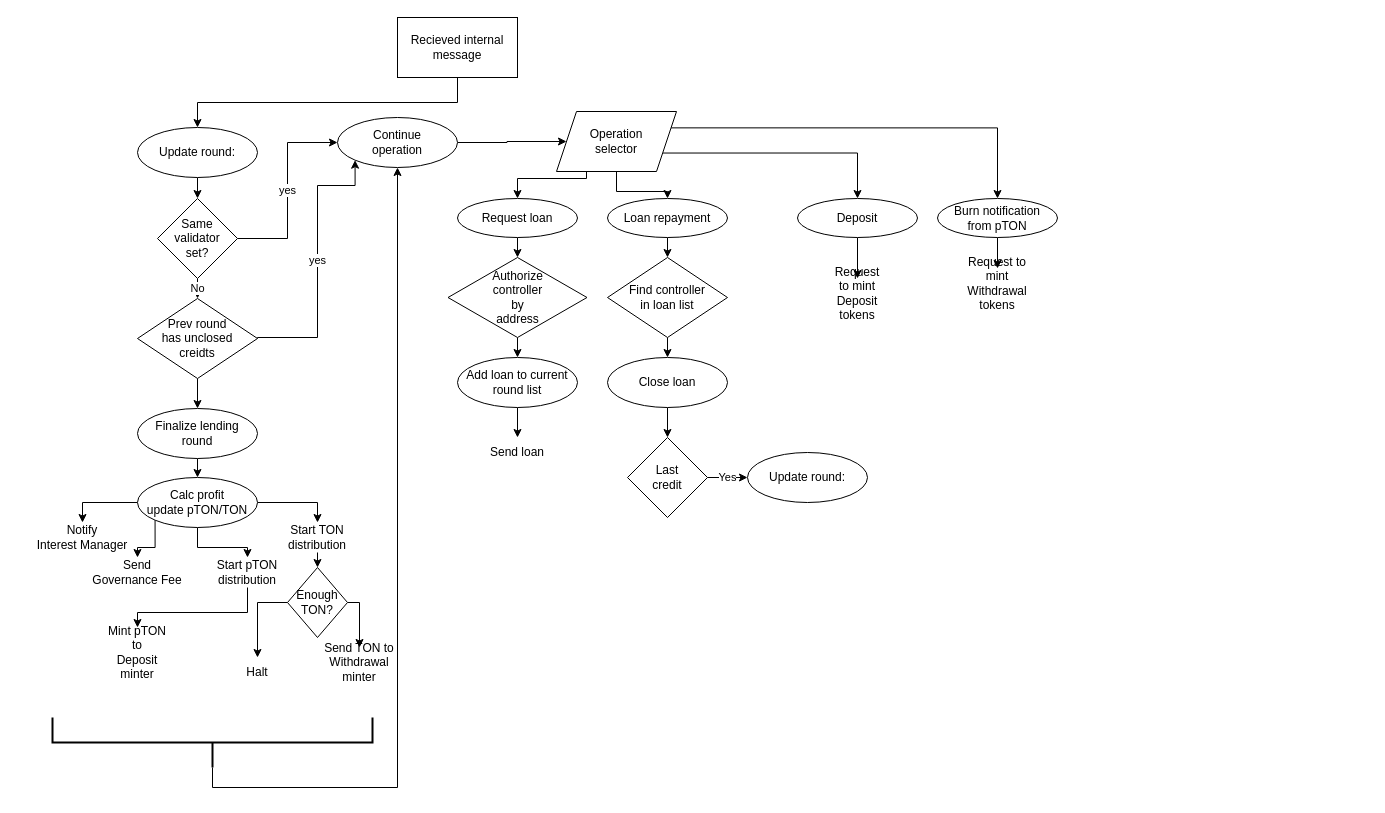
Above: docs/images/pool-scheme.drawio in ton-blockchain/liquid-staking-contract (draw.io), before the change. Source tidied: cells renumbered, new cells numbered last; positions are measured from the earlier drawing's top-left corner, leaving out a move shared by most shapes. Both pictures are drawn from the tidied source at 100%, with x=0, y=0 at pixel (17, 17).
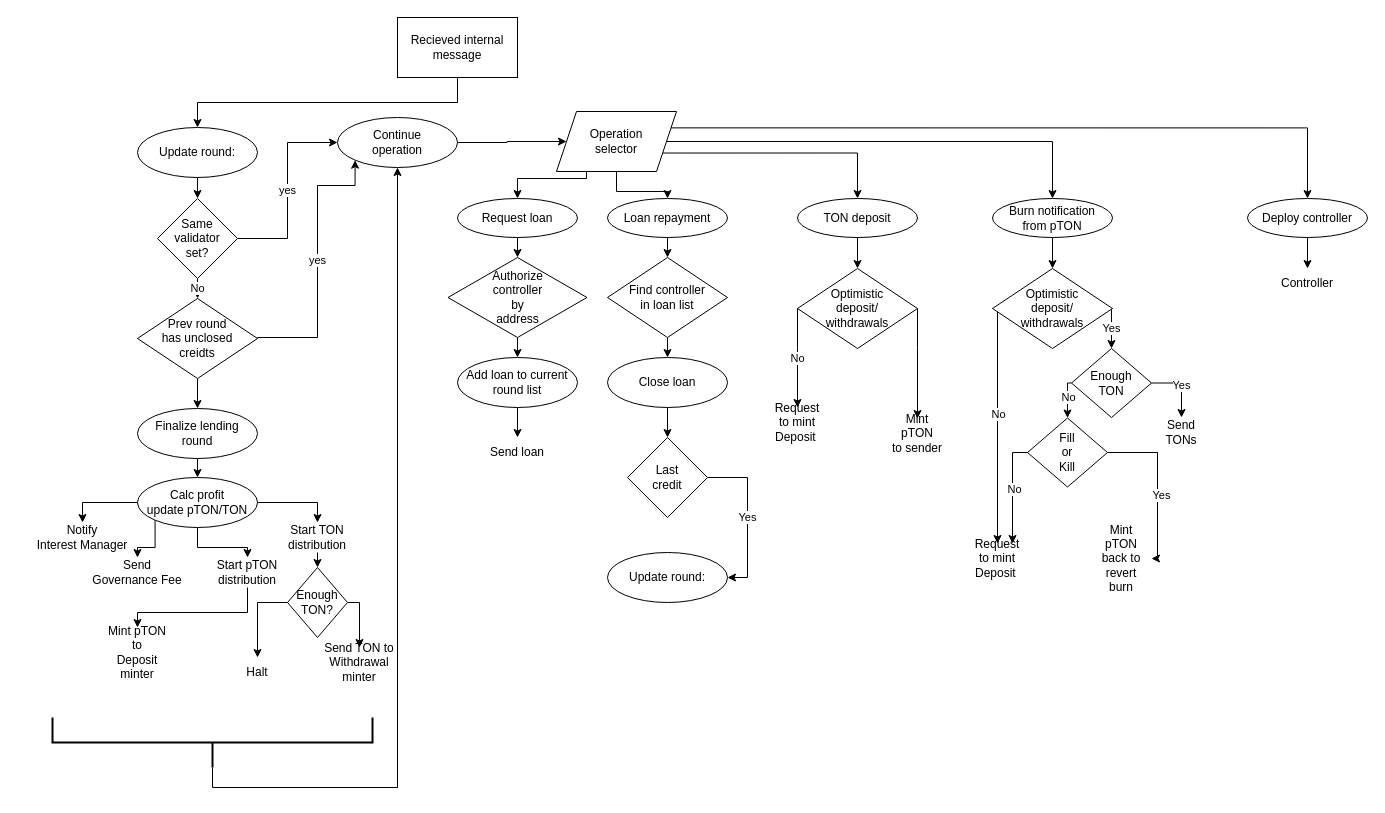
The same page after the edit.

The change refers to these unchanged cells:
```xml
<mxCell id="40" value="Operation&lt;br&gt;selector" style="shape=parallelogram;perimeter=parallelogramPerimeter;whiteSpace=wrap;html=1;fixedSize=1;" parent="1" vertex="1">
  <mxGeometry x="539" y="94" width="120" height="60" as="geometry" />
</mxCell>
<mxCell id="61" value="Last&lt;br&gt;credit" style="rhombus;whiteSpace=wrap;html=1;" parent="1" vertex="1">
  <mxGeometry x="610" y="420" width="80" height="80" as="geometry" />
</mxCell>
```

What changed in the source:
```diff
@@
-    <mxCell id="39" style="edgeStyle=orthogonalEdgeStyle;rounded=0;jettySize=auto;html=1;exitX=1;exitY=0.25;exitDx=0;exitDy=0;entryX=0.5;entryY=0;entryDx=0;entryDy=0;" parent="1" edge="1" source="40" target="48">
+    <mxCell id="39" style="edgeStyle=orthogonalEdgeStyle;rounded=0;jettySize=auto;html=1;exitX=1;exitY=0.5;exitDx=0;exitDy=0;entryX=0.5;entryY=0;entryDx=0;entryDy=0;" parent="1" edge="1" source="40" target="48">
       <mxGeometry relative="1" as="geometry" />
     </mxCell>
+    <mxCell id="63" style="edgeStyle=orthogonalEdgeStyle;rounded=0;jettySize=auto;html=1;exitX=1;exitY=0.25;exitDx=0;exitDy=0;entryX=0.5;entryY=0;entryDx=0;entryDy=0;" parent="1" edge="1" source="40" target="87">
+      <mxGeometry relative="1" as="geometry" />
+    </mxCell>
@@
-    <mxCell id="45" style="edgeStyle=orthogonalEdgeStyle;rounded=0;jettySize=auto;html=1;exitX=0.5;exitY=1;exitDx=0;exitDy=0;entryX=0.5;entryY=0;entryDx=0;entryDy=0;" parent="1" edge="1" source="46" target="58">
-      <mxGeometry relative="1" as="geometry" />
-    </mxCell>
+    <mxCell id="64" style="edgeStyle=orthogonalEdgeStyle;rounded=0;jettySize=auto;html=1;exitX=0.5;exitY=1;exitDx=0;exitDy=0;entryX=0.5;entryY=0;entryDx=0;entryDy=0;" parent="1" edge="1" source="46" target="68">
+      <mxGeometry relative="1" as="geometry" />
+    </mxCell>
-    <mxCell id="46" value="Deposit" style="ellipse;whiteSpace=wrap;html=1;" parent="1" vertex="1">
+    <mxCell id="46" value="TON deposit" style="ellipse;whiteSpace=wrap;html=1;" parent="1" vertex="1">
       <mxGeometry x="780" y="181" width="120" height="39" as="geometry" />
     </mxCell>
-    <mxCell id="47" style="edgeStyle=orthogonalEdgeStyle;rounded=0;jettySize=auto;html=1;exitX=0.5;exitY=1;exitDx=0;exitDy=0;entryX=0.5;entryY=0;entryDx=0;entryDy=0;" parent="1" edge="1" source="48" target="59">
-      <mxGeometry relative="1" as="geometry" />
-    </mxCell>
+    <mxCell id="65" style="edgeStyle=orthogonalEdgeStyle;rounded=0;jettySize=auto;html=1;exitX=0.5;exitY=1;exitDx=0;exitDy=0;" parent="1" edge="1" source="48" target="73">
+      <mxGeometry relative="1" as="geometry" />
+    </mxCell>
     <mxCell id="48" value="Burn notification&lt;br&gt;from pTON" style="ellipse;whiteSpace=wrap;html=1;" parent="1" vertex="1">
-      <mxGeometry x="920" y="181" width="120" height="39" as="geometry" />
+      <mxGeometry x="975" y="181" width="120" height="39" as="geometry" />
     </mxCell>
@@
-    <mxCell id="58" value="Request to mint&lt;br&gt;Deposit tokens" style="text;html=1;strokeColor=none;fillColor=none;align=center;verticalAlign=middle;whiteSpace=wrap;rounded=0;" parent="1" vertex="1">
-      <mxGeometry x="810" y="261" width="60" height="30" as="geometry" />
+    <mxCell id="58" value="Request to mint&lt;br&gt;Deposit&amp;nbsp;" style="text;html=1;strokeColor=none;fillColor=none;align=center;verticalAlign=middle;whiteSpace=wrap;rounded=0;" parent="1" vertex="1">
+      <mxGeometry x="750" y="390" width="60" height="30" as="geometry" />
     </mxCell>
-    <mxCell id="59" value="Request to mint&lt;br&gt;Withdrawal tokens" style="text;html=1;strokeColor=none;fillColor=none;align=center;verticalAlign=middle;whiteSpace=wrap;rounded=0;" parent="1" vertex="1">
-      <mxGeometry x="950" y="251" width="60" height="29" as="geometry" />
-    </mxCell>
-    <mxCell id="60" value="Yes" style="edgeStyle=orthogonalEdgeStyle;rounded=0;jettySize=auto;html=1;exitX=1;exitY=0.5;exitDx=0;exitDy=0;entryX=0;entryY=0.5;entryDx=0;entryDy=0;" parent="1" edge="1" source="61" target="62">
+    <mxCell id="60" value="Yes" style="edgeStyle=orthogonalEdgeStyle;rounded=0;jettySize=auto;html=1;exitX=1;exitY=0.5;exitDx=0;exitDy=0;entryX=1;entryY=0.5;entryDx=0;entryDy=0;" parent="1" edge="1" source="61" target="62">
       <mxGeometry relative="1" as="geometry" />
     </mxCell>
@@
     <mxCell id="62" value="Update round:" style="ellipse;whiteSpace=wrap;html=1;" parent="1" vertex="1">
-      <mxGeometry x="730" y="435" width="120" height="50" as="geometry" />
+      <mxGeometry x="590" y="535" width="120" height="50" as="geometry" />
     </mxCell>
+    <mxCell id="66" value="No" style="edgeStyle=orthogonalEdgeStyle;rounded=0;jettySize=auto;html=1;exitX=0;exitY=0.5;exitDx=0;exitDy=0;" parent="1" edge="1" source="68" target="58">
+      <mxGeometry relative="1" as="geometry">
+        <Array as="points">
+          <mxPoint x="780" y="330" />
+          <mxPoint x="780" y="330" />
+        </Array>
+      </mxGeometry>
+    </mxCell>
+    <mxCell id="67" style="edgeStyle=orthogonalEdgeStyle;rounded=0;jettySize=auto;html=1;exitX=1;exitY=0.5;exitDx=0;exitDy=0;entryX=0.5;entryY=0;entryDx=0;entryDy=0;" parent="1" edge="1" source="68" target="69">
+      <mxGeometry relative="1" as="geometry">
+        <Array as="points">
+          <mxPoint x="900" y="330" />
+          <mxPoint x="900" y="330" />
+        </Array>
+      </mxGeometry>
+    </mxCell>
+    <mxCell id="68" value="Optimistic&lt;br&gt;deposit/&lt;br&gt;withdrawals" style="rhombus;whiteSpace=wrap;html=1;" parent="1" vertex="1">
+      <mxGeometry x="780" y="251" width="120" height="80" as="geometry" />
+    </mxCell>
+    <mxCell id="69" value="Mint&lt;br&gt;pTON&lt;br&gt;to sender" style="text;html=1;strokeColor=none;fillColor=none;align=center;verticalAlign=middle;whiteSpace=wrap;rounded=0;" parent="1" vertex="1">
+      <mxGeometry x="870" y="401" width="60" height="30" as="geometry" />
+    </mxCell>
+    <mxCell id="70" style="edgeStyle=orthogonalEdgeStyle;rounded=0;jettySize=auto;html=1;exitX=0;exitY=0.5;exitDx=0;exitDy=0;entryX=0.5;entryY=0;entryDx=0;entryDy=0;" parent="1" edge="1" source="73" target="74">
+      <mxGeometry relative="1" as="geometry">
+        <Array as="points">
+          <mxPoint x="980" y="291" />
+        </Array>
+      </mxGeometry>
+    </mxCell>
+    <mxCell id="71" value="No" style="edgeLabel;html=1;align=center;verticalAlign=middle;" parent="70" vertex="1">
+      <mxGeometry x="-0.08" relative="1" as="geometry" />
+    </mxCell>
+    <mxCell id="72" value="Yes" style="edgeStyle=orthogonalEdgeStyle;rounded=0;jettySize=auto;html=1;exitX=1;exitY=0.5;exitDx=0;exitDy=0;entryX=0.5;entryY=0;entryDx=0;entryDy=0;" parent="1" edge="1" source="73" target="78">
+      <mxGeometry relative="1" as="geometry">
+        <Array as="points">
+          <mxPoint x="1094" y="291" />
+        </Array>
+      </mxGeometry>
+    </mxCell>
+    <mxCell id="73" value="Optimistic&lt;br&gt;deposit/&lt;br&gt;withdrawals" style="rhombus;whiteSpace=wrap;html=1;" parent="1" vertex="1">
+      <mxGeometry x="975" y="251" width="120" height="80" as="geometry" />
+    </mxCell>
+    <mxCell id="74" value="Request to mint&lt;br&gt;Deposit&amp;nbsp;" style="text;html=1;strokeColor=none;fillColor=none;align=center;verticalAlign=middle;whiteSpace=wrap;rounded=0;" parent="1" vertex="1">
+      <mxGeometry x="950" y="526" width="60" height="30" as="geometry" />
+    </mxCell>
+    <mxCell id="75" style="edgeStyle=orthogonalEdgeStyle;rounded=0;jettySize=auto;html=1;exitX=0;exitY=0.5;exitDx=0;exitDy=0;entryX=0.5;entryY=0;entryDx=0;entryDy=0;" parent="1" edge="1" source="78" target="83">
+      <mxGeometry relative="1" as="geometry" />
+    </mxCell>
+    <mxCell id="76" value="No" style="edgeLabel;html=1;align=center;verticalAlign=middle;" parent="75" vertex="1">
+      <mxGeometry x="-0.24" y="3" relative="1" as="geometry">
+        <mxPoint x="-3" y="3" as="offset" />
+      </mxGeometry>
+    </mxCell>
+    <mxCell id="77" value="Yes" style="edgeStyle=orthogonalEdgeStyle;rounded=0;jettySize=auto;html=1;exitX=1;exitY=0.5;exitDx=0;exitDy=0;entryX=0.5;entryY=0;entryDx=0;entryDy=0;" parent="1" edge="1" source="78" target="84">
+      <mxGeometry relative="1" as="geometry" />
+    </mxCell>
+    <mxCell id="78" value="Enough&lt;br&gt;TON" style="rhombus;whiteSpace=wrap;html=1;" parent="1" vertex="1">
+      <mxGeometry x="1054" y="331" width="80" height="69" as="geometry" />
+    </mxCell>
+    <mxCell id="79" style="edgeStyle=orthogonalEdgeStyle;rounded=0;jettySize=auto;html=1;exitX=0;exitY=0.5;exitDx=0;exitDy=0;entryX=0.75;entryY=0;entryDx=0;entryDy=0;" parent="1" edge="1" source="83" target="74">
+      <mxGeometry relative="1" as="geometry">
+        <Array as="points">
+          <mxPoint x="995" y="435" />
+        </Array>
+      </mxGeometry>
+    </mxCell>
+    <mxCell id="80" value="No" style="edgeLabel;html=1;align=center;verticalAlign=middle;" parent="79" vertex="1">
+      <mxGeometry x="-0.04" y="1" relative="1" as="geometry" />
+    </mxCell>
+    <mxCell id="81" style="edgeStyle=orthogonalEdgeStyle;rounded=0;jettySize=auto;html=1;exitX=1;exitY=0.5;exitDx=0;exitDy=0;entryX=1;entryY=0.5;entryDx=0;entryDy=0;" parent="1" edge="1" source="83" target="85">
+      <mxGeometry relative="1" as="geometry">
+        <Array as="points">
+          <mxPoint x="1140" y="435" />
+          <mxPoint x="1140" y="541" />
+        </Array>
+      </mxGeometry>
+    </mxCell>
+    <mxCell id="82" value="Yes" style="edgeLabel;html=1;align=center;verticalAlign=middle;" parent="81" vertex="1">
+      <mxGeometry x="0.14" y="3" relative="1" as="geometry" />
+    </mxCell>
+    <mxCell id="83" value="Fill&lt;br&gt;or&lt;br&gt;Kill" style="rhombus;whiteSpace=wrap;html=1;" parent="1" vertex="1">
+      <mxGeometry x="1010" y="400.5" width="80" height="69" as="geometry" />
+    </mxCell>
+    <mxCell id="84" value="Send TONs" style="text;html=1;strokeColor=none;fillColor=none;align=center;verticalAlign=middle;whiteSpace=wrap;rounded=0;" parent="1" vertex="1">
+      <mxGeometry x="1134" y="400" width="60" height="30" as="geometry" />
+    </mxCell>
+    <mxCell id="85" value="Mint&lt;br&gt;pTON&lt;br&gt;back to&lt;br&gt;revert burn" style="text;html=1;strokeColor=none;fillColor=none;align=center;verticalAlign=middle;whiteSpace=wrap;rounded=0;" parent="1" vertex="1">
+      <mxGeometry x="1074" y="526" width="60" height="30" as="geometry" />
+    </mxCell>
+    <mxCell id="86" style="edgeStyle=orthogonalEdgeStyle;rounded=0;jettySize=auto;html=1;exitX=0.5;exitY=1;exitDx=0;exitDy=0;entryX=0.5;entryY=0;entryDx=0;entryDy=0;" parent="1" edge="1" source="87" target="88">
+      <mxGeometry relative="1" as="geometry" />
+    </mxCell>
+    <mxCell id="87" value="Deploy controller" style="ellipse;whiteSpace=wrap;html=1;" parent="1" vertex="1">
+      <mxGeometry x="1230" y="181" width="120" height="39" as="geometry" />
+    </mxCell>
+    <mxCell id="88" value="Controller" style="text;html=1;strokeColor=none;fillColor=none;align=center;verticalAlign=middle;whiteSpace=wrap;rounded=0;" parent="1" vertex="1">
+      <mxGeometry x="1260" y="251" width="60" height="30" as="geometry" />
+    </mxCell>
```
